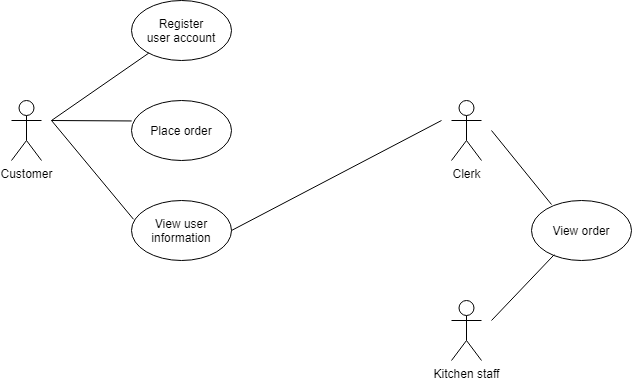
Above: Task1.1.png in DuckyHCMUT/Testing_new (draw.io), before the change. Source tidied: cells renumbered, new cells last; positions are measured from the earlier drawing's top-left corner, leaving out a move shared by most shapes.
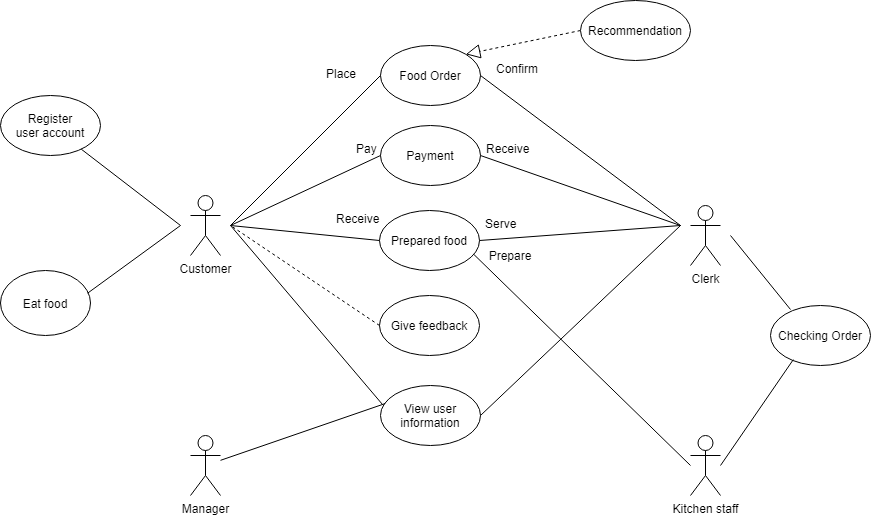
Later version of the same file.

Change to the diagram source:
```diff
@@ -3,33 +3,34 @@
     <mxCell id="0" />
     <mxCell id="1" parent="0" />
     <mxCell id="2" value="Customer&lt;br&gt;" style="shape=umlActor;verticalLabelPosition=bottom;verticalAlign=top;html=1;" parent="1" vertex="1">
-      <mxGeometry y="100" width="30" height="60" as="geometry" />
+      <mxGeometry x="-60" y="90" width="30" height="60" as="geometry" />
     </mxCell>
     <mxCell id="3" value="Register&lt;br&gt;user account" style="ellipse;whiteSpace=wrap;html=1;" parent="1" vertex="1">
-      <mxGeometry x="120" width="100" height="60" as="geometry" />
+      <mxGeometry x="-250" y="-10" width="100" height="60" as="geometry" />
     </mxCell>
     <mxCell id="4" value="View user&lt;br&gt;information" style="ellipse;whiteSpace=wrap;html=1;" parent="1" vertex="1">
-      <mxGeometry x="120" y="200" width="100" height="60" as="geometry" />
+      <mxGeometry x="130" y="280" width="100" height="60" as="geometry" />
     </mxCell>
-    <mxCell id="5" value="Place order" style="ellipse;whiteSpace=wrap;html=1;" parent="1" vertex="1">
-      <mxGeometry x="120" y="100" width="100" height="60" as="geometry" />
+    <mxCell id="5" value="Food Order" style="ellipse;whiteSpace=wrap;html=1;" parent="1" vertex="1">
+      <mxGeometry x="130" y="-60" width="100" height="60" as="geometry" />
     </mxCell>
     <mxCell id="6" value="Clerk" style="shape=umlActor;verticalLabelPosition=bottom;verticalAlign=top;html=1;" parent="1" vertex="1">
       <mxGeometry x="440" y="100" width="30" height="60" as="geometry" />
     </mxCell>
     <mxCell id="7" style="endArrow=none;html=1;" parent="1" edge="1" target="3">
       <mxGeometry relative="1" as="geometry">
-        <mxPoint x="40" y="120" as="sourcePoint" />
+        <mxPoint x="-70" y="120" as="sourcePoint" />
       </mxGeometry>
     </mxCell>
-    <mxCell id="8" style="endArrow=none;html=1;entryX=0.02;entryY=0.313;entryDx=0;entryDy=0;entryPerimeter=0;" parent="1" edge="1" target="4">
+    <mxCell id="8" style="endArrow=none;html=1;" parent="1" edge="1">
       <mxGeometry relative="1" as="geometry">
-        <mxPoint x="40" y="120" as="sourcePoint" />
+        <mxPoint x="-20" y="120" as="sourcePoint" />
+        <mxPoint x="132" y="299" as="targetPoint" />
       </mxGeometry>
     </mxCell>
-    <mxCell id="9" style="endArrow=none;html=1;entryX=0.002;entryY=0.341;entryDx=0;entryDy=0;entryPerimeter=0;" parent="1" edge="1" target="5">
+    <mxCell id="9" style="endArrow=none;html=1;entryX=0;entryY=0.5;entryDx=0;entryDy=0;" parent="1" edge="1" target="5">
       <mxGeometry relative="1" as="geometry">
-        <mxPoint x="40" y="120" as="sourcePoint" />
+        <mxPoint x="-20" y="120" as="sourcePoint" />
       </mxGeometry>
     </mxCell>
     <mxCell id="10" style="endArrow=none;html=1;exitX=1;exitY=0.5;exitDx=0;exitDy=0;" parent="1" edge="1" source="4">
@@ -37,7 +38,7 @@
         <mxPoint x="430" y="120" as="targetPoint" />
       </mxGeometry>
     </mxCell>
-    <mxCell id="11" value="View order" style="ellipse;whiteSpace=wrap;html=1;" parent="1" vertex="1">
+    <mxCell id="11" value="Checking Order" style="ellipse;whiteSpace=wrap;html=1;" parent="1" vertex="1">
       <mxGeometry x="520" y="200" width="100" height="60" as="geometry" />
     </mxCell>
     <mxCell id="12" style="endArrow=none;html=1;" parent="1" edge="1">
@@ -47,12 +48,97 @@
       </mxGeometry>
     </mxCell>
     <mxCell id="13" value="Kitchen staff" style="shape=umlActor;verticalLabelPosition=bottom;verticalAlign=top;html=1;" parent="1" vertex="1">
-      <mxGeometry x="440" y="300" width="30" height="60" as="geometry" />
+      <mxGeometry x="440" y="330" width="30" height="60" as="geometry" />
     </mxCell>
     <mxCell id="14" style="endArrow=none;html=1;entryX=0.228;entryY=0.902;entryDx=0;entryDy=0;entryPerimeter=0;" parent="1" edge="1" target="11">
       <mxGeometry relative="1" as="geometry">
-        <mxPoint x="480" y="320" as="sourcePoint" />
+        <mxPoint x="470" y="360" as="sourcePoint" />
       </mxGeometry>
     </mxCell>
+    <mxCell id="15" style="endArrow=none;html=1;exitX=1;exitY=0.5;exitDx=0;exitDy=0;" parent="1" edge="1" source="5">
+      <mxGeometry relative="1" as="geometry">
+        <mxPoint x="430" y="120" as="targetPoint" />
+      </mxGeometry>
+    </mxCell>
+    <mxCell id="16" value="Place" style="text;strokeColor=none;fillColor=none;align=left;verticalAlign=top;spacingLeft=4;spacingRight=4;overflow=hidden;" parent="1" vertex="1">
+      <mxGeometry x="70" y="-45" width="80" height="30" as="geometry" />
+    </mxCell>
+    <mxCell id="17" value="Confirm" style="text;strokeColor=none;fillColor=none;align=left;verticalAlign=top;spacingLeft=4;spacingRight=4;overflow=hidden;" parent="1" vertex="1">
+      <mxGeometry x="240" y="-50" width="90" height="30" as="geometry" />
+    </mxCell>
+    <mxCell id="18" value="Prepared food" style="ellipse;whiteSpace=wrap;html=1;" parent="1" vertex="1">
+      <mxGeometry x="129" y="105" width="100" height="60" as="geometry" />
+    </mxCell>
+    <mxCell id="19" style="endArrow=none;html=1;exitX=1;exitY=0.5;exitDx=0;exitDy=0;" parent="1" edge="1" source="18">
+      <mxGeometry relative="1" as="geometry">
+        <mxPoint x="430" y="120" as="targetPoint" />
+      </mxGeometry>
+    </mxCell>
+    <mxCell id="20" value="Serve" style="text;strokeColor=none;fillColor=none;align=left;verticalAlign=top;spacingLeft=4;spacingRight=4;overflow=hidden;" parent="1" vertex="1">
+      <mxGeometry x="229" y="105" width="90" height="30" as="geometry" />
+    </mxCell>
+    <mxCell id="21" style="endArrow=none;html=1;exitX=0;exitY=0.5;exitDx=0;exitDy=0;" parent="1" edge="1" source="18">
+      <mxGeometry relative="1" as="geometry">
+        <mxPoint x="-20" y="120" as="targetPoint" />
+      </mxGeometry>
+    </mxCell>
+    <mxCell id="22" value="Receive" style="text;strokeColor=none;fillColor=none;align=left;verticalAlign=top;spacingLeft=4;spacingRight=4;overflow=hidden;" parent="1" vertex="1">
+      <mxGeometry x="80" y="100" width="90" height="30" as="geometry" />
+    </mxCell>
+    <mxCell id="23" style="endArrow=none;html=1;exitX=0.944;exitY=0.733;exitDx=0;exitDy=0;exitPerimeter=0;" parent="1" edge="1" source="18">
+      <mxGeometry relative="1" as="geometry">
+        <mxPoint x="440" y="360" as="targetPoint" />
+      </mxGeometry>
+    </mxCell>
+    <mxCell id="24" value="Prepare" style="text;html=1;strokeColor=none;fillColor=none;align=center;verticalAlign=middle;whiteSpace=wrap;rounded=0;" parent="1" vertex="1">
+      <mxGeometry x="240" y="140" width="40" height="20" as="geometry" />
+    </mxCell>
+    <mxCell id="25" value="Manager" style="shape=umlActor;verticalLabelPosition=bottom;verticalAlign=top;html=1;outlineConnect=0;" parent="1" vertex="1">
+      <mxGeometry x="-60" y="330" width="30" height="60" as="geometry" />
+    </mxCell>
+    <mxCell id="26" style="endArrow=none;html=1;entryX=0.048;entryY=0.3;entryDx=0;entryDy=0;entryPerimeter=0;" parent="1" edge="1" source="25" target="4">
+      <mxGeometry relative="1" as="geometry" />
+    </mxCell>
+    <mxCell id="27" value="Eat food" style="ellipse;whiteSpace=wrap;html=1;" parent="1" vertex="1">
+      <mxGeometry x="-250" y="165" width="90" height="65" as="geometry" />
+    </mxCell>
+    <mxCell id="28" style="endArrow=none;html=1;entryX=0.969;entryY=0.348;entryDx=0;entryDy=0;entryPerimeter=0;" parent="1" edge="1" target="27">
+      <mxGeometry relative="1" as="geometry">
+        <mxPoint x="-70" y="120" as="sourcePoint" />
+      </mxGeometry>
+    </mxCell>
+    <mxCell id="29" value="Give feedback" style="ellipse;whiteSpace=wrap;html=1;" parent="1" vertex="1">
+      <mxGeometry x="129" y="190" width="100" height="60" as="geometry" />
+    </mxCell>
+    <mxCell id="30" style="endArrow=none;dashed=1;html=1;exitX=0;exitY=0.5;exitDx=0;exitDy=0;" parent="1" edge="1" source="29">
+      <mxGeometry relative="1" as="geometry">
+        <mxPoint x="-20" y="120" as="targetPoint" />
+      </mxGeometry>
+    </mxCell>
+    <mxCell id="31" style="endArrow=block;dashed=1;endFill=0;endSize=12;html=1;entryX=1;entryY=0;entryDx=0;entryDy=0;exitX=0;exitY=0.5;exitDx=0;exitDy=0;" parent="1" edge="1" source="32" target="5">
+      <mxGeometry relative="1" as="geometry" />
+    </mxCell>
+    <mxCell id="32" value="Recommendation" style="ellipse;whiteSpace=wrap;html=1;" parent="1" vertex="1">
+      <mxGeometry x="330" y="-105" width="110" height="60" as="geometry" />
+    </mxCell>
+    <mxCell id="33" value="Payment" style="ellipse;whiteSpace=wrap;html=1;" parent="1" vertex="1">
+      <mxGeometry x="130" y="20" width="100" height="60" as="geometry" />
+    </mxCell>
+    <mxCell id="34" style="endArrow=none;html=1;exitX=0;exitY=0.5;exitDx=0;exitDy=0;" parent="1" edge="1" source="33">
+      <mxGeometry relative="1" as="geometry">
+        <mxPoint x="-20" y="120" as="targetPoint" />
+      </mxGeometry>
+    </mxCell>
+    <mxCell id="35" style="endArrow=none;html=1;exitX=1;exitY=0.5;exitDx=0;exitDy=0;" parent="1" edge="1" source="33">
+      <mxGeometry relative="1" as="geometry">
+        <mxPoint x="430" y="120" as="targetPoint" />
+      </mxGeometry>
+    </mxCell>
+    <mxCell id="36" value="Pay" style="text;strokeColor=none;fillColor=none;align=left;verticalAlign=top;spacingLeft=4;spacingRight=4;overflow=hidden;" parent="1" vertex="1">
+      <mxGeometry x="100" y="30" width="90" height="30" as="geometry" />
+    </mxCell>
+    <mxCell id="37" value="Receive" style="text;strokeColor=none;fillColor=none;align=left;verticalAlign=top;spacingLeft=4;spacingRight=4;overflow=hidden;" parent="1" vertex="1">
+      <mxGeometry x="230" y="30" width="90" height="30" as="geometry" />
+    </mxCell>
   </root>
 </mxGraphModel>
```
